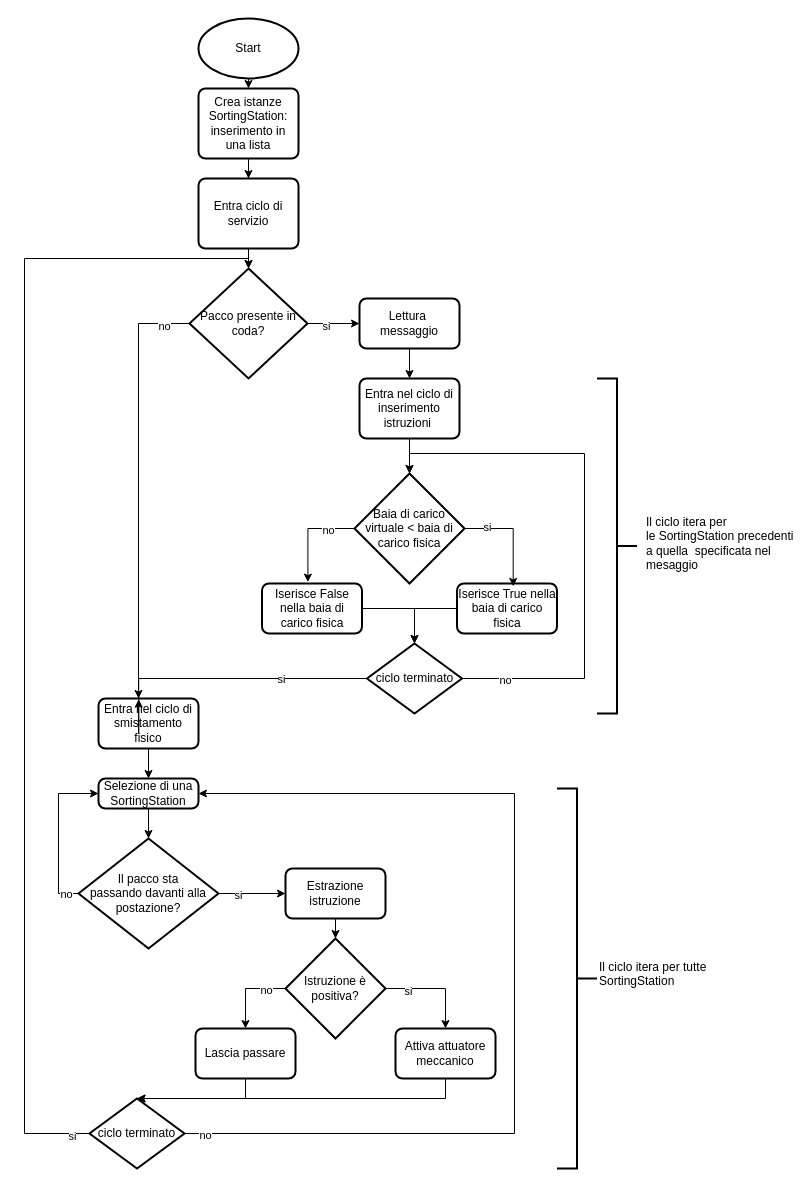
This is relazione/SchemiDrawio/thread_smistamento_fisico.drawio from Scaini99/Progetto_IOT, a draw.io file, before an edit. Source tidied: cells renumbered, new cells numbered last; positions are measured from the earlier drawing's top-left corner, leaving out a move shared by most shapes. Both pictures are drawn from the tidied source at 100%, with x=0, y=0 at pixel (24, 18).
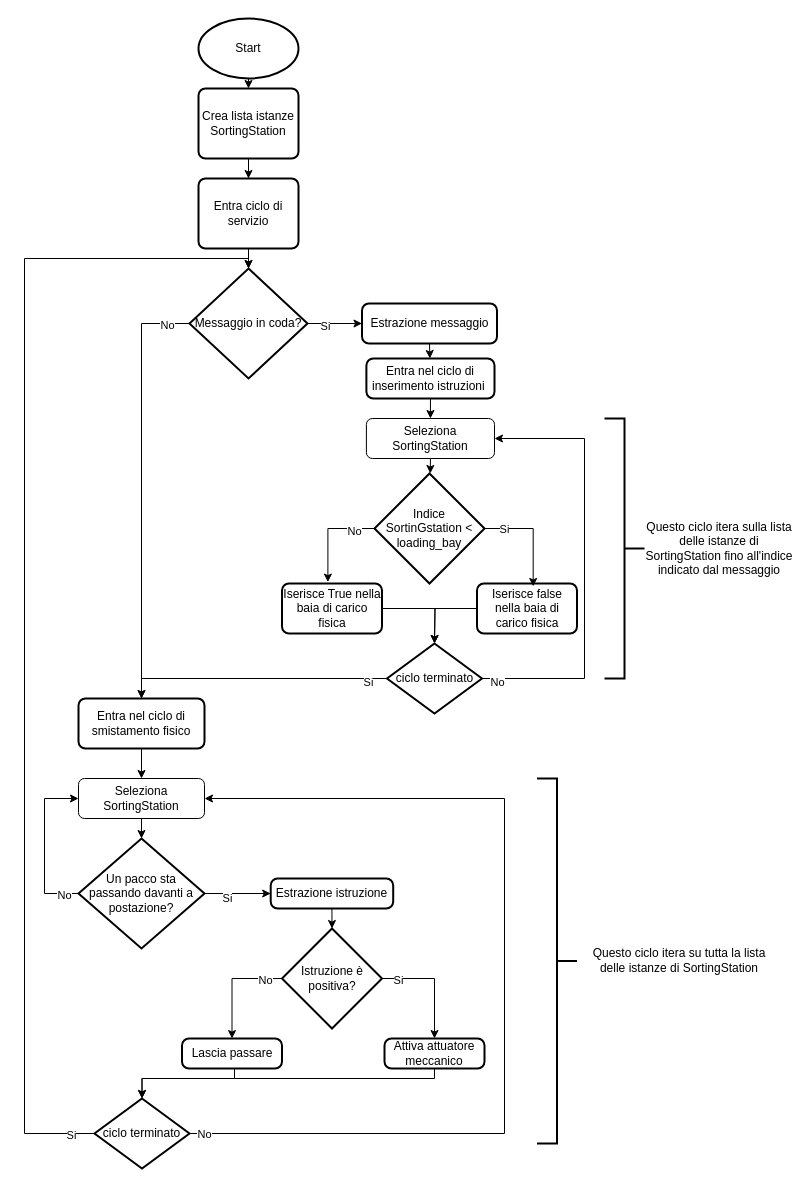
Above is the later version.

Unchanged cells that the change refers to:
```xml
<mxCell id="6" style="edgeStyle=orthogonalEdgeStyle;rounded=0;jettySize=auto;html=1;entryX=0;entryY=0.5;entryDx=0;entryDy=0;" parent="1" edge="1" source="8" target="10">
  <mxGeometry relative="1" as="geometry" />
</mxCell>
<mxCell id="11" style="edgeStyle=orthogonalEdgeStyle;rounded=0;jettySize=auto;html=1;entryX=0.459;entryY=-0.028;entryDx=0;entryDy=0;entryPerimeter=0;exitX=0;exitY=0.5;exitDx=0;exitDy=0;exitPerimeter=0;" parent="1" edge="1" source="13" target="14">
  <mxGeometry relative="1" as="geometry" />
</mxCell>
<mxCell id="17" style="edgeStyle=orthogonalEdgeStyle;rounded=0;jettySize=auto;html=1;entryX=0;entryY=0.5;entryDx=0;entryDy=0;" parent="1" edge="1" source="21" target="32">
  <mxGeometry relative="1" as="geometry" />
</mxCell>
<mxCell id="27" style="edgeStyle=orthogonalEdgeStyle;rounded=0;jettySize=auto;html=1;exitX=0;exitY=0.5;exitDx=0;exitDy=0;exitPerimeter=0;" parent="1" edge="1" source="31" target="38">
  <mxGeometry relative="1" as="geometry" />
</mxCell>
<mxCell id="29" style="edgeStyle=orthogonalEdgeStyle;rounded=0;jettySize=auto;html=1;exitX=1;exitY=0.5;exitDx=0;exitDy=0;exitPerimeter=0;entryX=0.5;entryY=0;entryDx=0;entryDy=0;" parent="1" edge="1" source="31" target="33">
  <mxGeometry relative="1" as="geometry" />
</mxCell>
<mxCell id="36" style="edgeStyle=orthogonalEdgeStyle;rounded=0;jettySize=auto;html=1;entryX=0.562;entryY=0.059;entryDx=0;entryDy=0;entryPerimeter=0;exitX=1;exitY=0.5;exitDx=0;exitDy=0;exitPerimeter=0;" parent="1" edge="1" source="13" target="15">
  <mxGeometry relative="1" as="geometry" />
</mxCell>
<mxCell id="51" style="edgeStyle=orthogonalEdgeStyle;rounded=0;jettySize=auto;html=1;exitX=0;exitY=0.5;exitDx=0;exitDy=0;exitPerimeter=0;entryX=0.5;entryY=0;entryDx=0;entryDy=0;entryPerimeter=0;" parent="1" edge="1" source="50" target="8">
  <mxGeometry relative="1" as="geometry">
    <Array as="points">
      <mxPoint y="1115" />
      <mxPoint y="240" />
      <mxPoint x="224" y="240" />
    </Array>
  </mxGeometry>
</mxCell>
```

What changed in the source:
```diff
@@
-    <mxCell id="5" value="Crea istanze&lt;div&gt;SortingStation:&lt;/div&gt;&lt;div&gt;inserimento in una lista&lt;/div&gt;" style="rounded=1;whiteSpace=wrap;html=1;absoluteArcSize=1;arcSize=14;strokeWidth=2;" parent="1" vertex="1">
+    <mxCell id="5" value="Crea lista istanze&lt;div&gt;SortingStation&lt;/div&gt;" style="rounded=1;whiteSpace=wrap;html=1;absoluteArcSize=1;arcSize=14;strokeWidth=2;" parent="1" vertex="1">
       <mxGeometry x="174" y="70" width="100" height="70" as="geometry" />
     </mxCell>
@@
-    <mxCell id="7" value="si" style="edgeLabel;html=1;align=center;verticalAlign=middle;" parent="6" vertex="1">
-      <mxGeometry x="-0.29" y="-2" relative="1" as="geometry" />
-    </mxCell>
+    <mxCell id="60" value="Si" style="edgeLabel;html=1;align=center;verticalAlign=middle;" parent="6" vertex="1">
+      <mxGeometry x="-0.37" y="-2" relative="1" as="geometry" />
+    </mxCell>
-    <mxCell id="8" value="Pacco presente in coda?" style="strokeWidth=2;html=1;shape=mxgraph.flowchart.decision;whiteSpace=wrap;" parent="1" vertex="1">
+    <mxCell id="8" value="Messaggio in coda?" style="strokeWidth=2;html=1;shape=mxgraph.flowchart.decision;whiteSpace=wrap;" parent="1" vertex="1">
       <mxGeometry x="165" y="250" width="118" height="110" as="geometry" />
     </mxCell>
-    <mxCell id="9" style="edgeStyle=orthogonalEdgeStyle;rounded=0;jettySize=auto;html=1;entryX=0.5;entryY=0;entryDx=0;entryDy=0;" parent="1" edge="1" source="10" target="24">
-      <mxGeometry relative="1" as="geometry" />
-    </mxCell>
-    <mxCell id="10" value="Lettura&amp;nbsp; messaggio" style="rounded=1;whiteSpace=wrap;html=1;absoluteArcSize=1;arcSize=14;strokeWidth=2;" parent="1" vertex="1">
-      <mxGeometry x="335" y="280" width="100" height="50" as="geometry" />
+    <mxCell id="10" value="Estrazione messaggio" style="rounded=1;whiteSpace=wrap;html=1;absoluteArcSize=1;arcSize=14;strokeWidth=2;" parent="1" vertex="1">
+      <mxGeometry x="337.5" y="285" width="135" height="40" as="geometry" />
     </mxCell>
@@
-    <mxCell id="12" value="no" style="edgeLabel;html=1;align=center;verticalAlign=middle;" parent="11" vertex="1">
-      <mxGeometry x="-0.46" y="1" relative="1" as="geometry" />
-    </mxCell>
+    <mxCell id="61" value="No" style="edgeLabel;html=1;align=center;verticalAlign=middle;" parent="11" vertex="1">
+      <mxGeometry x="-0.59" y="2" relative="1" as="geometry" />
+    </mxCell>
-    <mxCell id="13" value="Baia di carico virtuale &amp;lt; baia di carico fisica" style="strokeWidth=2;html=1;shape=mxgraph.flowchart.decision;whiteSpace=wrap;" parent="1" vertex="1">
-      <mxGeometry x="330" y="455" width="110" height="110" as="geometry" />
+    <mxCell id="13" value="Indice SortinGstation &amp;lt; loading_bay" style="strokeWidth=2;html=1;shape=mxgraph.flowchart.decision;whiteSpace=wrap;" parent="1" vertex="1">
+      <mxGeometry x="350" y="455" width="110" height="110" as="geometry" />
     </mxCell>
-    <mxCell id="14" value="Iserisce False nella baia di carico fisica" style="rounded=1;whiteSpace=wrap;html=1;absoluteArcSize=1;arcSize=14;strokeWidth=2;" parent="1" vertex="1">
-      <mxGeometry x="237.5" y="565" width="100" height="50" as="geometry" />
+    <mxCell id="14" value="Iserisce True nella baia di carico fisica" style="rounded=1;whiteSpace=wrap;html=1;absoluteArcSize=1;arcSize=14;strokeWidth=2;" parent="1" vertex="1">
+      <mxGeometry x="257.5" y="565" width="100" height="50" as="geometry" />
     </mxCell>
-    <mxCell id="15" value="Iserisce True nella baia di carico fisica" style="rounded=1;whiteSpace=wrap;html=1;absoluteArcSize=1;arcSize=14;strokeWidth=2;" parent="1" vertex="1">
-      <mxGeometry x="432.5" y="565" width="100" height="50" as="geometry" />
+    <mxCell id="15" value="Iserisce false nella baia di carico fisica" style="rounded=1;whiteSpace=wrap;html=1;absoluteArcSize=1;arcSize=14;strokeWidth=2;" parent="1" vertex="1">
+      <mxGeometry x="452.5" y="565" width="100" height="50" as="geometry" />
     </mxCell>
     <mxCell id="16" style="strokeWidth=2;html=1;shape=mxgraph.flowchart.annotation_2;align=left;labelPosition=right;rotation=-180;" parent="1" vertex="1">
-      <mxGeometry x="572.5" y="360" width="40" height="335" as="geometry" />
+      <mxGeometry x="580" y="400" width="40" height="260" as="geometry" />
     </mxCell>
@@
-    <mxCell id="18" value="si" style="edgeLabel;html=1;align=center;verticalAlign=middle;" parent="17" vertex="1">
-      <mxGeometry x="-0.43" y="-1" relative="1" as="geometry" />
-    </mxCell>
-    <mxCell id="19" style="edgeStyle=orthogonalEdgeStyle;rounded=0;jettySize=auto;html=1;exitX=0;exitY=0.5;exitDx=0;exitDy=0;exitPerimeter=0;entryX=0;entryY=0.5;entryDx=0;entryDy=0;" parent="1" edge="1" source="21" target="56">
-      <mxGeometry relative="1" as="geometry" />
-    </mxCell>
-    <mxCell id="20" value="no" style="edgeLabel;html=1;align=center;verticalAlign=middle;" parent="19" vertex="1">
-      <mxGeometry x="-0.84" relative="1" as="geometry" />
-    </mxCell>
+    <mxCell id="62" value="Si" style="edgeLabel;html=1;align=center;verticalAlign=middle;" parent="17" vertex="1">
+      <mxGeometry x="-0.34" y="-4" relative="1" as="geometry" />
+    </mxCell>
+    <mxCell id="63" style="edgeStyle=orthogonalEdgeStyle;rounded=0;jettySize=auto;html=1;entryX=0;entryY=0.5;entryDx=0;entryDy=0;exitX=0;exitY=0.5;exitDx=0;exitDy=0;exitPerimeter=0;" parent="1" edge="1" source="21" target="78">
+      <mxGeometry relative="1" as="geometry">
+        <Array as="points">
+          <mxPoint x="20" y="875" />
+          <mxPoint x="20" y="780" />
+        </Array>
+      </mxGeometry>
+    </mxCell>
+    <mxCell id="64" value="No" style="edgeLabel;html=1;align=center;verticalAlign=middle;" parent="63" vertex="1">
+      <mxGeometry x="-0.82" y="1" relative="1" as="geometry" />
+    </mxCell>
-    <mxCell id="21" value="Il pacco sta passando&amp;nbsp;&lt;span style=&quot;background-color: transparent; color: light-dark(rgb(0, 0, 0), rgb(255, 255, 255));&quot;&gt;davanti alla postazione?&lt;/span&gt;" style="strokeWidth=2;html=1;shape=mxgraph.flowchart.decision;whiteSpace=wrap;" parent="1" vertex="1">
-      <mxGeometry x="54" y="820" width="140" height="110" as="geometry" />
+    <mxCell id="21" value="Un pacco sta passando davanti a postazione?" style="strokeWidth=2;html=1;shape=mxgraph.flowchart.decision;whiteSpace=wrap;" parent="1" vertex="1">
+      <mxGeometry x="54" y="820" width="126" height="110" as="geometry" />
     </mxCell>
     <mxCell id="22" style="strokeWidth=2;html=1;shape=mxgraph.flowchart.annotation_2;align=left;labelPosition=right;rotation=-180;" parent="1" vertex="1">
-      <mxGeometry x="532.5" y="770" width="40" height="380" as="geometry" />
+      <mxGeometry x="512.5" y="760" width="40" height="365" as="geometry" />
     </mxCell>
@@
     <mxCell id="24" value="Entra nel ciclo di inserimento istruzioni&amp;nbsp;" style="rounded=1;whiteSpace=wrap;html=1;absoluteArcSize=1;arcSize=14;strokeWidth=2;" parent="1" vertex="1">
-      <mxGeometry x="335" y="360" width="100" height="60" as="geometry" />
+      <mxGeometry x="341.9" y="340" width="128.1" height="40" as="geometry" />
     </mxCell>
-    <mxCell id="25" style="edgeStyle=orthogonalEdgeStyle;rounded=0;jettySize=auto;html=1;entryX=0.5;entryY=0;entryDx=0;entryDy=0;" parent="1" edge="1" source="26" target="56">
-      <mxGeometry relative="1" as="geometry" />
-    </mxCell>
     <mxCell id="26" value="Entra nel ciclo di smistamento fisico" style="rounded=1;whiteSpace=wrap;html=1;absoluteArcSize=1;arcSize=14;strokeWidth=2;" parent="1" vertex="1">
-      <mxGeometry x="74" y="680" width="100" height="50" as="geometry" />
+      <mxGeometry x="54" y="680" width="126" height="50" as="geometry" />
     </mxCell>
@@
-    <mxCell id="28" value="no" style="edgeLabel;html=1;align=center;verticalAlign=middle;" parent="27" vertex="1">
-      <mxGeometry x="-0.51" y="1" relative="1" as="geometry" />
-    </mxCell>
+    <mxCell id="65" value="No" style="edgeLabel;html=1;align=center;verticalAlign=middle;" parent="27" vertex="1">
+      <mxGeometry x="-0.69" y="1" relative="1" as="geometry" />
+    </mxCell>
@@
-    <mxCell id="30" value="si" style="edgeLabel;html=1;align=center;verticalAlign=middle;" parent="29" vertex="1">
-      <mxGeometry x="-0.56" y="-2" relative="1" as="geometry" />
-    </mxCell>
+    <mxCell id="66" value="Si" style="edgeLabel;html=1;align=center;verticalAlign=middle;" parent="29" vertex="1">
+      <mxGeometry x="-0.71" y="-1" relative="1" as="geometry" />
+    </mxCell>
     <mxCell id="31" value="Istruzione è positiva?" style="strokeWidth=2;html=1;shape=mxgraph.flowchart.decision;whiteSpace=wrap;" parent="1" vertex="1">
-      <mxGeometry x="261" y="920" width="100" height="100" as="geometry" />
+      <mxGeometry x="257.5" y="910" width="100" height="100" as="geometry" />
     </mxCell>
     <mxCell id="32" value="Estrazione istruzione" style="rounded=1;whiteSpace=wrap;html=1;absoluteArcSize=1;arcSize=14;strokeWidth=2;" parent="1" vertex="1">
-      <mxGeometry x="261" y="850" width="100" height="50" as="geometry" />
+      <mxGeometry x="246.2" y="860" width="122.5" height="30" as="geometry" />
     </mxCell>
     <mxCell id="33" value="Attiva attuatore meccanico" style="rounded=1;whiteSpace=wrap;html=1;absoluteArcSize=1;arcSize=14;strokeWidth=2;" parent="1" vertex="1">
-      <mxGeometry x="371" y="1010" width="100" height="50" as="geometry" />
+      <mxGeometry x="360" y="1020" width="100" height="30" as="geometry" />
     </mxCell>
@@
-    <mxCell id="35" style="edgeStyle=orthogonalEdgeStyle;rounded=0;jettySize=auto;html=1;entryX=0.5;entryY=0;entryDx=0;entryDy=0;entryPerimeter=0;" parent="1" edge="1" source="24" target="13">
-      <mxGeometry relative="1" as="geometry" />
-    </mxCell>
@@
-    <mxCell id="37" value="si" style="edgeLabel;html=1;align=center;verticalAlign=middle;" parent="36" vertex="1">
-      <mxGeometry x="-0.59" y="2" relative="1" as="geometry" />
-    </mxCell>
+    <mxCell id="67" value="Si" style="edgeLabel;html=1;align=center;verticalAlign=middle;" parent="36" vertex="1">
+      <mxGeometry x="-0.65" relative="1" as="geometry" />
+    </mxCell>
     <mxCell id="38" value="Lascia passare" style="rounded=1;whiteSpace=wrap;html=1;absoluteArcSize=1;arcSize=14;strokeWidth=2;" parent="1" vertex="1">
-      <mxGeometry x="171" y="1010" width="100" height="50" as="geometry" />
+      <mxGeometry x="157.5" y="1020" width="100" height="30" as="geometry" />
     </mxCell>
-    <mxCell id="39" style="edgeStyle=orthogonalEdgeStyle;rounded=0;jettySize=auto;html=1;entryX=0.4;entryY=0;entryDx=0;entryDy=0;entryPerimeter=0;exitX=0;exitY=0.5;exitDx=0;exitDy=0;exitPerimeter=0;" parent="1" edge="1" source="8" target="26">
+    <mxCell id="39" style="edgeStyle=orthogonalEdgeStyle;rounded=0;jettySize=auto;html=1;entryX=0.5;entryY=0;entryDx=0;entryDy=0;exitX=0;exitY=0.5;exitDx=0;exitDy=0;exitPerimeter=0;" parent="1" edge="1" source="8" target="26">
       <mxGeometry relative="1" as="geometry" />
     </mxCell>
-    <mxCell id="40" value="no" style="edgeLabel;html=1;align=center;verticalAlign=middle;" parent="39" vertex="1">
-      <mxGeometry x="-0.88" y="2" relative="1" as="geometry" />
-    </mxCell>
+    <mxCell id="68" value="No" style="edgeLabel;html=1;align=center;verticalAlign=middle;" parent="39" vertex="1">
+      <mxGeometry x="-0.89" y="1" relative="1" as="geometry" />
+    </mxCell>
     <mxCell id="41" value="ciclo terminato" style="strokeWidth=2;html=1;shape=mxgraph.flowchart.decision;whiteSpace=wrap;" parent="1" vertex="1">
-      <mxGeometry x="342.5" y="625" width="95" height="70" as="geometry" />
+      <mxGeometry x="362.5" y="625" width="95" height="70" as="geometry" />
     </mxCell>
-    <mxCell id="42" style="edgeStyle=orthogonalEdgeStyle;rounded=0;jettySize=auto;html=1;entryX=0.5;entryY=0;entryDx=0;entryDy=0;entryPerimeter=0;exitX=0;exitY=0.5;exitDx=0;exitDy=0;" parent="1" edge="1" source="15" target="41">
-      <mxGeometry relative="1" as="geometry" />
+    <mxCell id="42" style="edgeStyle=orthogonalEdgeStyle;rounded=0;jettySize=auto;html=1;entryX=0.5;entryY=0;entryDx=0;entryDy=0;entryPerimeter=0;exitX=0;exitY=0.5;exitDx=0;exitDy=0;" parent="1" edge="1" source="15">
+      <mxGeometry relative="1" as="geometry">
+        <mxPoint x="410" y="625" as="targetPoint" />
+      </mxGeometry>
     </mxCell>
-    <mxCell id="43" style="edgeStyle=orthogonalEdgeStyle;rounded=0;jettySize=auto;html=1;exitX=1;exitY=0.5;exitDx=0;exitDy=0;entryX=0.5;entryY=0;entryDx=0;entryDy=0;entryPerimeter=0;" parent="1" edge="1" source="14" target="41">
-      <mxGeometry relative="1" as="geometry" />
+    <mxCell id="43" style="edgeStyle=orthogonalEdgeStyle;rounded=0;jettySize=auto;html=1;exitX=1;exitY=0.5;exitDx=0;exitDy=0;entryX=0.5;entryY=0;entryDx=0;entryDy=0;entryPerimeter=0;" parent="1" edge="1" source="14">
+      <mxGeometry relative="1" as="geometry">
+        <mxPoint x="410" y="625" as="targetPoint" />
+      </mxGeometry>
     </mxCell>
-    <mxCell id="44" style="edgeStyle=orthogonalEdgeStyle;rounded=0;jettySize=auto;html=1;entryX=0.402;entryY=0.013;entryDx=0;entryDy=0;entryPerimeter=0;" parent="1" edge="1" source="41" target="26">
+    <mxCell id="44" style="edgeStyle=orthogonalEdgeStyle;rounded=0;jettySize=auto;html=1;entryX=0.5;entryY=0;entryDx=0;entryDy=0;" parent="1" edge="1" source="41" target="26">
       <mxGeometry relative="1" as="geometry" />
     </mxCell>
-    <mxCell id="45" value="si" style="edgeLabel;html=1;align=center;verticalAlign=middle;" parent="44" vertex="1">
-      <mxGeometry x="-0.46" relative="1" as="geometry" />
-    </mxCell>
+    <mxCell id="69" value="Si" style="edgeLabel;html=1;align=center;verticalAlign=middle;" parent="44" vertex="1">
+      <mxGeometry x="-0.86" y="3" relative="1" as="geometry" />
+    </mxCell>
-    <mxCell id="46" style="edgeStyle=orthogonalEdgeStyle;rounded=0;jettySize=auto;html=1;exitX=1;exitY=0.5;exitDx=0;exitDy=0;exitPerimeter=0;entryX=0.5;entryY=0;entryDx=0;entryDy=0;entryPerimeter=0;" parent="1" edge="1" source="41" target="13">
+    <mxCell id="46" style="edgeStyle=orthogonalEdgeStyle;rounded=0;jettySize=auto;html=1;exitX=1;exitY=0.5;exitDx=0;exitDy=0;exitPerimeter=0;entryX=1;entryY=0.5;entryDx=0;entryDy=0;" parent="1" edge="1" source="41" target="74">
       <mxGeometry relative="1" as="geometry">
         <Array as="points">
           <mxPoint x="560" y="660" />
-          <mxPoint x="560" y="435" />
-          <mxPoint x="385" y="435" />
+          <mxPoint x="560" y="420" />
         </Array>
       </mxGeometry>
     </mxCell>
-    <mxCell id="47" value="no" style="edgeLabel;html=1;align=center;verticalAlign=middle;" parent="46" vertex="1">
-      <mxGeometry x="-0.84" y="-1" relative="1" as="geometry" />
-    </mxCell>
-    <mxCell id="48" style="edgeStyle=orthogonalEdgeStyle;rounded=0;jettySize=auto;html=1;entryX=1;entryY=0.5;entryDx=0;entryDy=0;" parent="1" edge="1" source="50" target="56">
-      <mxGeometry relative="1" as="geometry">
-        <Array as="points">
-          <mxPoint x="490" y="1115" />
-          <mxPoint x="490" y="775" />
-        </Array>
-      </mxGeometry>
-    </mxCell>
-    <mxCell id="49" value="no" style="edgeLabel;html=1;align=center;verticalAlign=middle;" parent="48" vertex="1">
-      <mxGeometry x="-0.96" y="-1" relative="1" as="geometry" />
-    </mxCell>
+    <mxCell id="70" value="No" style="edgeLabel;html=1;align=center;verticalAlign=middle;" parent="46" vertex="1">
+      <mxGeometry x="-0.93" y="-3" relative="1" as="geometry" />
+    </mxCell>
+    <mxCell id="71" style="edgeStyle=orthogonalEdgeStyle;rounded=0;jettySize=auto;html=1;entryX=1;entryY=0.5;entryDx=0;entryDy=0;" parent="1" edge="1" source="50" target="78">
+      <mxGeometry relative="1" as="geometry">
+        <Array as="points">
+          <mxPoint x="480" y="1115" />
+          <mxPoint x="480" y="780" />
+        </Array>
+      </mxGeometry>
+    </mxCell>
+    <mxCell id="72" value="No" style="edgeLabel;html=1;align=center;verticalAlign=middle;" parent="71" vertex="1">
+      <mxGeometry x="-0.97" relative="1" as="geometry" />
+    </mxCell>
     <mxCell id="50" value="ciclo terminato" style="strokeWidth=2;html=1;shape=mxgraph.flowchart.decision;whiteSpace=wrap;" parent="1" vertex="1">
-      <mxGeometry x="65" y="1080" width="95" height="70" as="geometry" />
+      <mxGeometry x="70" y="1080" width="95" height="70" as="geometry" />
     </mxCell>
@@
-    <mxCell id="52" value="si" style="edgeLabel;html=1;align=center;verticalAlign=middle;" parent="51" vertex="1">
-      <mxGeometry x="-0.97" y="2" relative="1" as="geometry" />
-    </mxCell>
+    <mxCell id="73" value="Si" style="edgeLabel;html=1;align=center;verticalAlign=middle;" parent="51" vertex="1">
+      <mxGeometry x="-0.96" y="1" relative="1" as="geometry" />
+    </mxCell>
     <mxCell id="53" style="edgeStyle=orthogonalEdgeStyle;rounded=0;jettySize=auto;html=1;exitX=0.5;exitY=1;exitDx=0;exitDy=0;entryX=0.5;entryY=0;entryDx=0;entryDy=0;entryPerimeter=0;" parent="1" edge="1" source="38" target="50">
       <mxGeometry relative="1" as="geometry">
         <Array as="points">
-          <mxPoint x="221" y="1080" />
+          <mxPoint x="210" y="1060" />
+          <mxPoint x="118" y="1060" />
         </Array>
       </mxGeometry>
     </mxCell>
     <mxCell id="54" style="edgeStyle=orthogonalEdgeStyle;rounded=0;jettySize=auto;html=1;exitX=0.5;exitY=1;exitDx=0;exitDy=0;entryX=0.5;entryY=0;entryDx=0;entryDy=0;entryPerimeter=0;" parent="1" edge="1" source="33" target="50">
       <mxGeometry relative="1" as="geometry">
         <Array as="points">
-          <mxPoint x="421" y="1080" />
+          <mxPoint x="410" y="1060" />
+          <mxPoint x="118" y="1060" />
         </Array>
       </mxGeometry>
     </mxCell>
-    <mxCell id="55" style="edgeStyle=orthogonalEdgeStyle;rounded=0;jettySize=auto;html=1;" parent="1" edge="1" source="56" target="21">
-      <mxGeometry relative="1" as="geometry" />
-    </mxCell>
-    <mxCell id="56" value="Selezione di una SortingStation" style="rounded=1;whiteSpace=wrap;html=1;absoluteArcSize=1;arcSize=14;strokeWidth=2;" parent="1" vertex="1">
-      <mxGeometry x="74" y="760" width="100" height="30" as="geometry" />
-    </mxCell>
+    <mxCell id="74" value="Seleziona SortingStation" style="rounded=1;whiteSpace=wrap;html=1;" parent="1" vertex="1">
+      <mxGeometry x="341.9" y="400" width="128.1" height="40" as="geometry" />
+    </mxCell>
+    <mxCell id="75" style="endArrow=classic;html=1;rounded=0;exitX=0.5;exitY=1;exitDx=0;exitDy=0;entryX=0.5;entryY=0;entryDx=0;entryDy=0;" parent="1" edge="1" source="24" target="74">
+      <mxGeometry relative="1" as="geometry" />
+    </mxCell>
+    <mxCell id="9" style="endArrow=classic;html=1;rounded=0;exitX=0.5;exitY=1;exitDx=0;exitDy=0;" parent="1" edge="1" source="10" target="24">
+      <mxGeometry relative="1" as="geometry" />
+    </mxCell>
+    <mxCell id="76" style="endArrow=classic;html=1;rounded=0;exitX=0.5;exitY=1;exitDx=0;exitDy=0;" parent="1" edge="1" source="74" target="13">
+      <mxGeometry relative="1" as="geometry" />
+    </mxCell>
+    <mxCell id="77" value="Questo ciclo itera sulla lista delle istanze di SortingStation fino all'indice indicato dal messaggio" style="text;html=1;align=center;verticalAlign=middle;whiteSpace=wrap;rounded=0;" parent="1" vertex="1">
+      <mxGeometry x="620" y="492.5" width="150" height="75" as="geometry" />
+    </mxCell>
-    <mxCell id="57" style="edgeStyle=orthogonalEdgeStyle;rounded=0;jettySize=auto;html=1;exitX=0.5;exitY=1;exitDx=0;exitDy=0;entryX=0.5;entryY=0;entryDx=0;entryDy=0;entryPerimeter=0;" parent="1" edge="1" source="32" target="31">
+    <mxCell id="57" style="endArrow=classic;html=1;rounded=0;exitX=0.5;exitY=1;exitDx=0;exitDy=0;entryX=0.5;entryY=0;entryDx=0;entryDy=0;entryPerimeter=0;" parent="1" edge="1" source="32" target="31">
       <mxGeometry relative="1" as="geometry" />
     </mxCell>
-    <mxCell id="58" value="Il ciclo itera per le SortingStation precedenti a quella  specificata nel mesaggio" style="text;whiteSpace=wrap;html=1;" parent="1" vertex="1">
-      <mxGeometry x="620" y="490" width="150" height="120" as="geometry" />
-    </mxCell>
-    <mxCell id="59" value="Il ciclo itera per tutte SortingStation&amp;nbsp;" style="text;whiteSpace=wrap;html=1;" parent="1" vertex="1">
-      <mxGeometry x="572.5" y="935" width="150" height="50" as="geometry" />
-    </mxCell>
+    <mxCell id="78" value="Seleziona SortingStation" style="rounded=1;whiteSpace=wrap;html=1;" parent="1" vertex="1">
+      <mxGeometry x="54" y="760" width="126" height="40" as="geometry" />
+    </mxCell>
+    <mxCell id="79" style="endArrow=classic;html=1;rounded=0;exitX=0.5;exitY=1;exitDx=0;exitDy=0;" parent="1" edge="1" source="26" target="78">
+      <mxGeometry relative="1" as="geometry" />
+    </mxCell>
+    <mxCell id="80" style="endArrow=classic;html=1;rounded=0;exitX=0.5;exitY=1;exitDx=0;exitDy=0;" parent="1" edge="1" source="78" target="21">
+      <mxGeometry relative="1" as="geometry" />
+    </mxCell>
+    <mxCell id="81" value="Questo ciclo itera su tutta la lista delle istanze di SortingStation" style="text;html=1;align=center;verticalAlign=middle;whiteSpace=wrap;rounded=0;" parent="1" vertex="1">
+      <mxGeometry x="560" y="916.2" width="190" height="52.5" as="geometry" />
+    </mxCell>
```
